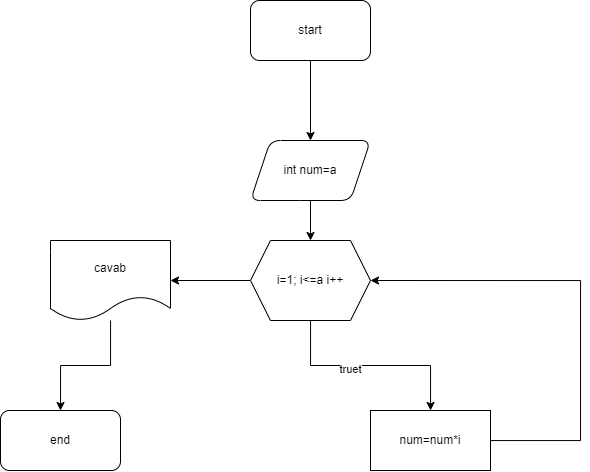
The draw.io diagram ders2.png in Jamil-Arifoglu/ders, before a commit. Source tidied: cells renumbered, new cells last; positions are measured from the earlier drawing's top-left corner, leaving out a move shared by most shapes. The source it was exported from:
```xml
<mxGraphModel>
  <root>
    <mxCell id="0" />
    <mxCell id="1" parent="0" />
    <mxCell id="2" style="edgeStyle=orthogonalEdgeStyle;rounded=0;jettySize=auto;html=1;" parent="1" edge="1" source="3" target="5">
      <mxGeometry relative="1" as="geometry" />
    </mxCell>
    <mxCell id="3" value="start" style="rounded=1;whiteSpace=wrap;html=1;" parent="1" vertex="1">
      <mxGeometry x="250" width="120" height="60" as="geometry" />
    </mxCell>
    <mxCell id="4" style="edgeStyle=orthogonalEdgeStyle;rounded=0;jettySize=auto;html=1;entryX=0.5;entryY=0;entryDx=0;entryDy=0;" parent="1" edge="1" source="5">
      <mxGeometry relative="1" as="geometry">
        <mxPoint x="310" y="240" as="targetPoint" />
      </mxGeometry>
    </mxCell>
    <mxCell id="5" value="int num=a" style="shape=parallelogram;perimeter=parallelogramPerimeter;whiteSpace=wrap;html=1;fixedSize=1;rounded=1;" parent="1" vertex="1">
      <mxGeometry x="250" y="140" width="120" height="60" as="geometry" />
    </mxCell>
    <mxCell id="6" style="edgeStyle=orthogonalEdgeStyle;rounded=0;jettySize=auto;html=1;" parent="1" edge="1" target="10">
      <mxGeometry relative="1" as="geometry">
        <mxPoint x="310" y="300" as="sourcePoint" />
        <Array as="points">
          <mxPoint x="310" y="310" />
          <mxPoint x="310" y="310" />
        </Array>
      </mxGeometry>
    </mxCell>
    <mxCell id="7" style="edgeStyle=orthogonalEdgeStyle;rounded=0;jettySize=auto;html=1;" parent="1" edge="1" source="10" target="13">
      <mxGeometry relative="1" as="geometry" />
    </mxCell>
    <mxCell id="8" value="truet" style="edgeLabel;html=1;align=center;verticalAlign=middle;" parent="7" vertex="1">
      <mxGeometry x="-0.2" y="-3" relative="1" as="geometry">
        <mxPoint x="1" as="offset" />
      </mxGeometry>
    </mxCell>
    <mxCell id="9" style="edgeStyle=orthogonalEdgeStyle;rounded=0;jettySize=auto;html=1;entryX=1;entryY=0.5;entryDx=0;entryDy=0;" parent="1" edge="1" source="10">
      <mxGeometry relative="1" as="geometry">
        <mxPoint x="170" y="280" as="targetPoint" />
      </mxGeometry>
    </mxCell>
    <mxCell id="10" value="i=1; i&amp;lt;=a i++" style="shape=hexagon;perimeter=hexagonPerimeter2;whiteSpace=wrap;html=1;fixedSize=1;" parent="1" vertex="1">
      <mxGeometry x="250" y="240" width="120" height="80" as="geometry" />
    </mxCell>
    <mxCell id="11" value="end" style="rounded=1;whiteSpace=wrap;html=1;" parent="1" vertex="1">
      <mxGeometry y="410" width="120" height="60" as="geometry" />
    </mxCell>
    <mxCell id="12" style="edgeStyle=orthogonalEdgeStyle;rounded=0;jettySize=auto;html=1;entryX=1;entryY=0.5;entryDx=0;entryDy=0;" parent="1" edge="1" source="13" target="10">
      <mxGeometry relative="1" as="geometry">
        <Array as="points">
          <mxPoint x="580" y="440" />
          <mxPoint x="580" y="280" />
        </Array>
      </mxGeometry>
    </mxCell>
    <mxCell id="13" value="num=num*i" style="whiteSpace=wrap;html=1;" parent="1" vertex="1">
      <mxGeometry x="370" y="410" width="120" height="60" as="geometry" />
    </mxCell>
    <mxCell id="14" style="edgeStyle=orthogonalEdgeStyle;rounded=0;jettySize=auto;html=1;entryX=0.5;entryY=0;entryDx=0;entryDy=0;" parent="1" edge="1" source="15" target="11">
      <mxGeometry relative="1" as="geometry" />
    </mxCell>
    <mxCell id="15" value="cavab" style="shape=document;whiteSpace=wrap;html=1;boundedLbl=1;" parent="1" vertex="1">
      <mxGeometry x="50" y="240" width="120" height="80" as="geometry" />
    </mxCell>
  </root>
</mxGraphModel>
```
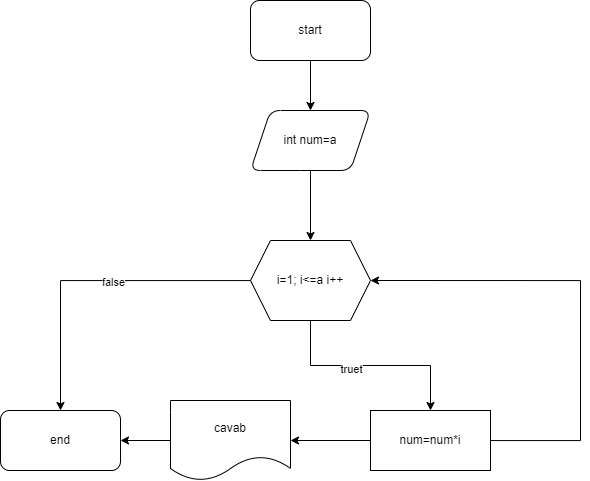
Later version of the same file.

The edit, as a diff of the source:
```diff
@@ -14,7 +14,7 @@
       </mxGeometry>
     </mxCell>
     <mxCell id="5" value="int num=a" style="shape=parallelogram;perimeter=parallelogramPerimeter;whiteSpace=wrap;html=1;fixedSize=1;rounded=1;" parent="1" vertex="1">
-      <mxGeometry x="250" y="140" width="120" height="60" as="geometry" />
+      <mxGeometry x="250" y="110" width="120" height="60" as="geometry" />
     </mxCell>
     <mxCell id="6" style="edgeStyle=orthogonalEdgeStyle;rounded=0;jettySize=auto;html=1;" parent="1" edge="1" target="10">
       <mxGeometry relative="1" as="geometry">
@@ -33,11 +33,12 @@
         <mxPoint x="1" as="offset" />
       </mxGeometry>
     </mxCell>
-    <mxCell id="9" style="edgeStyle=orthogonalEdgeStyle;rounded=0;jettySize=auto;html=1;entryX=1;entryY=0.5;entryDx=0;entryDy=0;" parent="1" edge="1" source="10">
-      <mxGeometry relative="1" as="geometry">
-        <mxPoint x="170" y="280" as="targetPoint" />
-      </mxGeometry>
-    </mxCell>
+    <mxCell id="16" style="edgeStyle=orthogonalEdgeStyle;rounded=0;jettySize=auto;html=1;entryX=0.5;entryY=0;entryDx=0;entryDy=0;" parent="1" edge="1" source="10" target="11">
+      <mxGeometry relative="1" as="geometry" />
+    </mxCell>
+    <mxCell id="17" value="false" style="edgeLabel;html=1;align=center;verticalAlign=middle;" parent="16" vertex="1">
+      <mxGeometry x="-0.14" y="1" relative="1" as="geometry" />
+    </mxCell>
     <mxCell id="10" value="i=1; i&amp;lt;=a i++" style="shape=hexagon;perimeter=hexagonPerimeter2;whiteSpace=wrap;html=1;fixedSize=1;" parent="1" vertex="1">
       <mxGeometry x="250" y="240" width="120" height="80" as="geometry" />
     </mxCell>
@@ -52,14 +53,17 @@
         </Array>
       </mxGeometry>
     </mxCell>
+    <mxCell id="18" style="edgeStyle=orthogonalEdgeStyle;rounded=0;jettySize=auto;html=1;" parent="1" edge="1" source="13" target="15">
+      <mxGeometry relative="1" as="geometry" />
+    </mxCell>
     <mxCell id="13" value="num=num*i" style="whiteSpace=wrap;html=1;" parent="1" vertex="1">
       <mxGeometry x="370" y="410" width="120" height="60" as="geometry" />
     </mxCell>
-    <mxCell id="14" style="edgeStyle=orthogonalEdgeStyle;rounded=0;jettySize=auto;html=1;entryX=0.5;entryY=0;entryDx=0;entryDy=0;" parent="1" edge="1" source="15" target="11">
+    <mxCell id="14" style="edgeStyle=orthogonalEdgeStyle;rounded=0;jettySize=auto;html=1;" parent="1" edge="1" source="15" target="11">
       <mxGeometry relative="1" as="geometry" />
     </mxCell>
     <mxCell id="15" value="cavab" style="shape=document;whiteSpace=wrap;html=1;boundedLbl=1;" parent="1" vertex="1">
-      <mxGeometry x="50" y="240" width="120" height="80" as="geometry" />
+      <mxGeometry x="170" y="400" width="120" height="80" as="geometry" />
     </mxCell>
   </root>
 </mxGraphModel>
```
